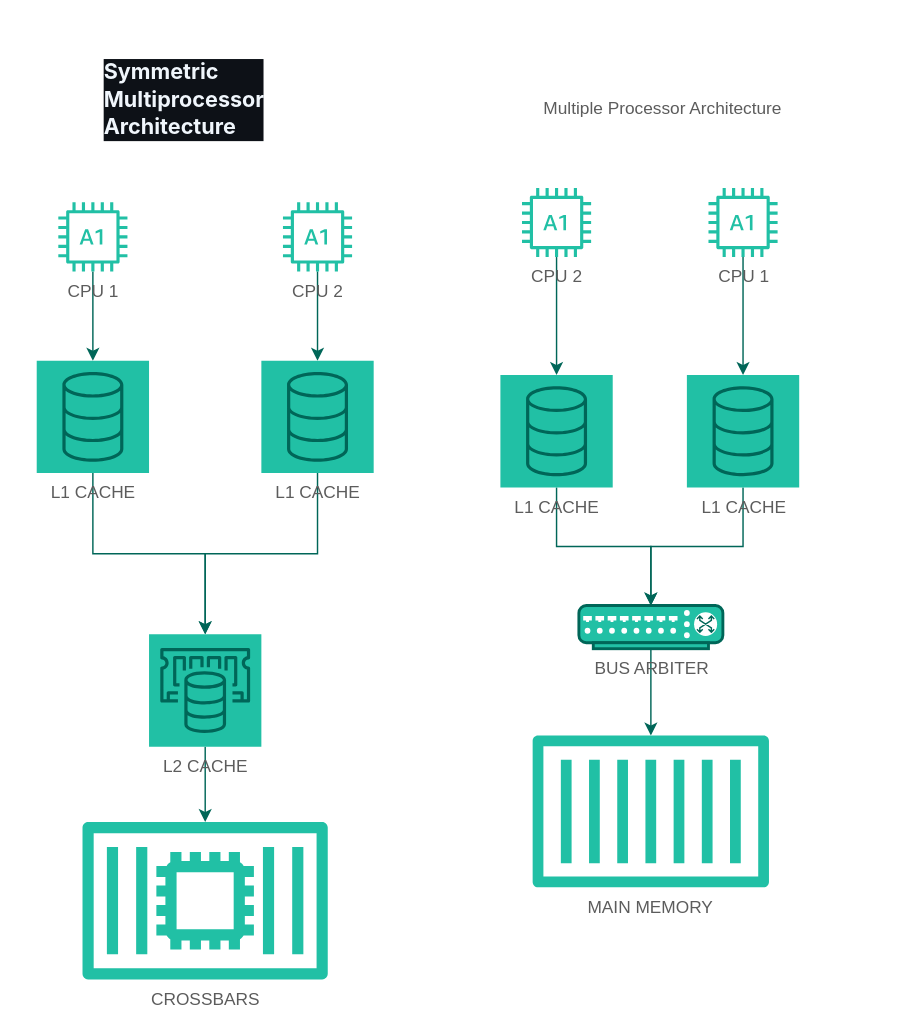
The draw.io diagram page "Multiple Processor" (1 of 2) of OAK 6.drawio in drianrafly31/architecture, before the edit. Source tidied: cells renumbered, new cells numbered last; positions are measured from the earlier drawing's top-left corner, leaving out a move shared by most shapes. Both pictures are drawn from the tidied source at 144%, with x=0, y=0 at pixel (36, 43).
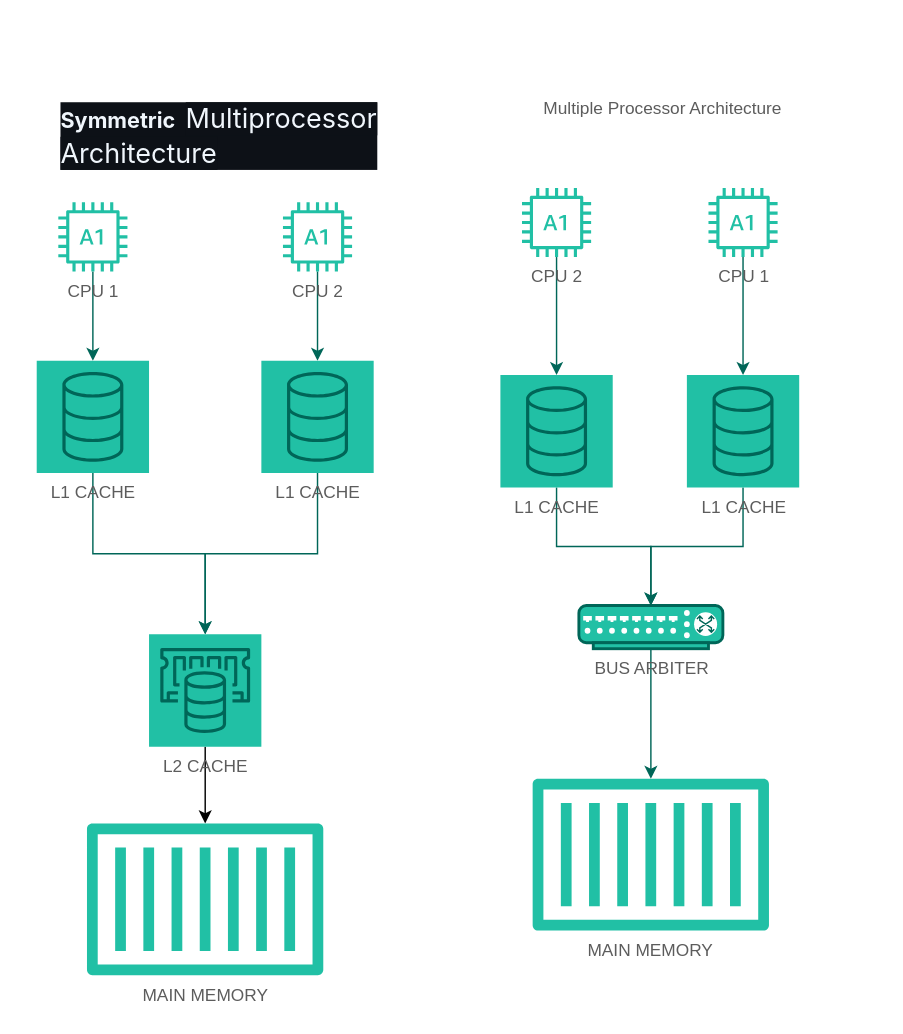
The same diagram, later.

The change refers to these unchanged cells:
```xml
<mxCell id="26" value="L2 CACHE" style="sketch=0;points=[[0,0,0],[0.25,0,0],[0.5,0,0],[0.75,0,0],[1,0,0],[0,1,0],[0.25,1,0],[0.5,1,0],[0.75,1,0],[1,1,0],[0,0.25,0],[0,0.5,0],[0,0.75,0],[1,0.25,0],[1,0.5,0],[1,0.75,0]];outlineConnect=0;fontColor=#5C5C5C;fillColor=#21C0A5;strokeColor=#006658;dashed=0;verticalLabelPosition=bottom;verticalAlign=top;align=center;html=1;fontSize=12;fontStyle=0;shape=mxgraph.aws4.resourceIcon;resIcon=mxgraph.aws4.elasticache;labelBackgroundColor=none;" parent="1" vertex="1">
  <mxGeometry x="78" y="410" width="78" height="78" as="geometry" />
</mxCell>
```

Diff of the diagram source:
```diff
@@
-    <mxCell id="7" value="&lt;h3 style=&quot;box-sizing: border-box; margin-top: 24px; margin-bottom: 16px; font-size: 1.25em; line-height: 1.25; color: rgb(240, 246, 252); font-family: -apple-system, BlinkMacSystemFont, &amp;quot;Segoe UI&amp;quot;, &amp;quot;Noto Sans&amp;quot;, Helvetica, Arial, sans-serif, &amp;quot;Apple Color Emoji&amp;quot;, &amp;quot;Segoe UI Emoji&amp;quot;; text-wrap-mode: wrap; background-color: rgb(13, 17, 23);&quot; dir=&quot;auto&quot; class=&quot;heading-element&quot; tabindex=&quot;-1&quot;&gt;&lt;span style=&quot;box-sizing: border-box;&quot;&gt;Symmetric Multiprocessor Architecture&lt;/span&gt;&lt;/h3&gt;" style="text;html=1;align=left;verticalAlign=middle;strokeColor=none;fillColor=none;fontColor=#5C5C5C;labelBackgroundColor=none;" parent="1" vertex="1">
-      <mxGeometry x="45" width="300" height="70" as="geometry" />
+    <mxCell id="7" value="&lt;h3 style=&quot;box-sizing: border-box; margin-top: 24px; margin-bottom: 16px; font-size: 1.25em; line-height: 1.25; color: rgb(240, 246, 252); font-family: -apple-system, BlinkMacSystemFont, &amp;quot;Segoe UI&amp;quot;, &amp;quot;Noto Sans&amp;quot;, Helvetica, Arial, sans-serif, &amp;quot;Apple Color Emoji&amp;quot;, &amp;quot;Segoe UI Emoji&amp;quot;; text-wrap-mode: wrap; background-color: rgb(13, 17, 23);&quot; dir=&quot;auto&quot; class=&quot;heading-element&quot; tabindex=&quot;-1&quot;&gt;&lt;span style=&quot;box-sizing: border-box;&quot;&gt;Symmetric&amp;nbsp;&amp;nbsp;&lt;/span&gt;&lt;span style=&quot;background-color: light-dark(rgb(13, 17, 23), rgb(220, 223, 229)); color: light-dark(rgb(240, 246, 252), rgb(22, 27, 33)); font-size: 1.25em; font-weight: normal;&quot;&gt;Multiprocessor Architecture&lt;/span&gt;&lt;/h3&gt;" style="text;html=1;align=left;verticalAlign=middle;strokeColor=none;fillColor=none;fontColor=#5C5C5C;labelBackgroundColor=none;" parent="1" vertex="1">
+      <mxGeometry x="15" y="20" width="340" height="80" as="geometry" />
     </mxCell>
@@
     <mxCell id="16" value="MAIN MEMORY" style="sketch=0;outlineConnect=0;fontColor=#5C5C5C;fillColor=#21C0A5;strokeColor=none;dashed=0;verticalLabelPosition=bottom;verticalAlign=top;align=center;html=1;fontSize=12;fontStyle=0;shape=mxgraph.aws4.container_1;labelBackgroundColor=none;" parent="1" vertex="1">
-      <mxGeometry x="344.4" y="480" width="164.1" height="106" as="geometry" />
+      <mxGeometry x="344.4" y="510" width="164.1" height="106" as="geometry" />
     </mxCell>
@@
-    <mxCell id="25" style="edgeStyle=orthogonalEdgeStyle;rounded=0;jettySize=auto;html=1;strokeColor=#006658;fontColor=default;labelBackgroundColor=none;" parent="1" edge="1" source="26" target="27">
-      <mxGeometry relative="1" as="geometry" />
-    </mxCell>
+    <mxCell id="28" style="edgeStyle=orthogonalEdgeStyle;rounded=0;jettySize=auto;html=1;" parent="1" edge="1" source="26" target="29">
+      <mxGeometry relative="1" as="geometry" />
+    </mxCell>
@@
-    <mxCell id="27" value="CROSSBARS" style="sketch=0;outlineConnect=0;fontColor=#5C5C5C;fillColor=#21C0A5;strokeColor=none;dashed=0;verticalLabelPosition=bottom;verticalAlign=top;align=center;html=1;fontSize=12;fontStyle=0;shape=mxgraph.aws4.container_2;labelBackgroundColor=none;" parent="1" vertex="1">
-      <mxGeometry x="31.8" y="540" width="170.3" height="110" as="geometry" />
-    </mxCell>
+    <mxCell id="29" value="MAIN MEMORY" style="sketch=0;outlineConnect=0;fontColor=#5C5C5C;fillColor=#21C0A5;strokeColor=none;dashed=0;verticalLabelPosition=bottom;verticalAlign=top;align=center;html=1;fontSize=12;fontStyle=0;shape=mxgraph.aws4.container_1;labelBackgroundColor=none;" parent="1" vertex="1">
+      <mxGeometry x="34.9" y="541" width="164.1" height="106" as="geometry" />
+    </mxCell>
```
